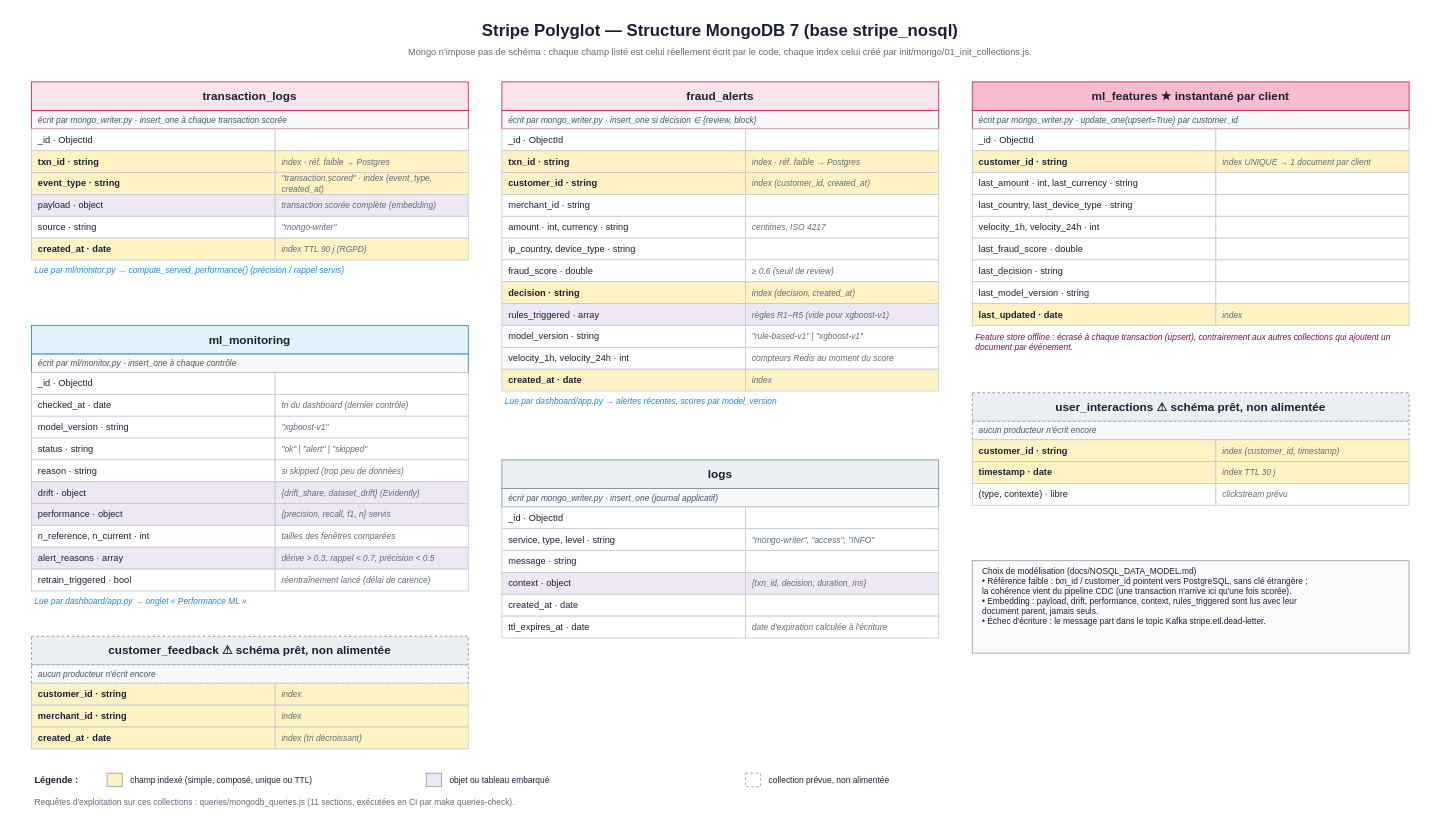
PDUCLOS/BLOC2-STRIPE keeps this draw.io diagram as presentation/stripe_mongodb_structure.drawio. Above is the earlier version. Source tidied: cells renumbered, new cells numbered last; positions are measured from the earlier drawing's top-left corner, leaving out a move shared by most shapes. Both pictures are drawn from the tidied source at 84%, with x=0, y=0 at pixel (14, 14).
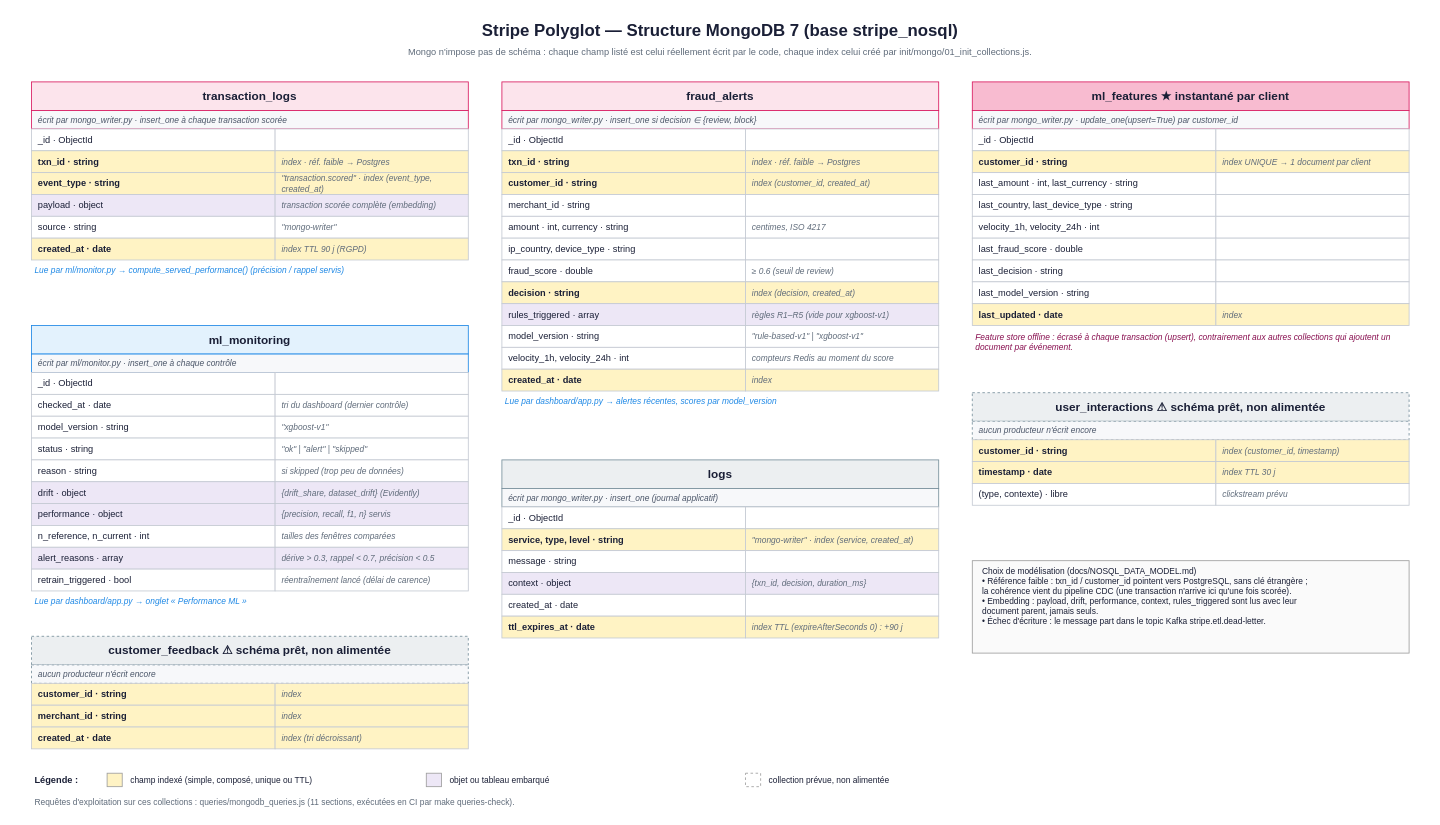
The same diagram, later.

Commit message (it also covers changes not shown here):
Crée la collection MongoDB logs avec son index TTL

What changed in the source:
```diff
@@
-    <mxCell id="81" value="service, type, level · string" style="rounded=0;whiteSpace=wrap;html=1;fillColor=#ffffff;strokeColor=#c5cad3;fontSize=11;fontColor=#1a1f36;align=left;verticalAlign=middle;arcSize=6;fontStyle=0;spacingLeft=6;spacingRight=6;" parent="1" vertex="1">
+    <mxCell id="81" value="service, type, level · string" style="rounded=0;whiteSpace=wrap;html=1;fillColor=#fff3c4;strokeColor=#c5cad3;fontSize=11;fontColor=#1a1f36;align=left;verticalAlign=middle;arcSize=6;fontStyle=1;spacingLeft=6;spacingRight=6;" parent="1" vertex="1">
       <mxGeometry x="580" y="612" width="290" height="26" as="geometry" />
     </mxCell>
-    <mxCell id="82" value="&quot;mongo-writer&quot;, &quot;access&quot;, &quot;INFO&quot;" style="rounded=0;whiteSpace=wrap;html=1;fillColor=#ffffff;strokeColor=#c5cad3;fontSize=10;fontColor=#5f6b7a;align=left;verticalAlign=middle;arcSize=6;fontStyle=2;spacingLeft=6;spacingRight=6;" parent="1" vertex="1">
+    <mxCell id="82" value="&quot;mongo-writer&quot; · index (service, created_at)" style="rounded=0;whiteSpace=wrap;html=1;fillColor=#fff3c4;strokeColor=#c5cad3;fontSize=10;fontColor=#5f6b7a;align=left;verticalAlign=middle;arcSize=6;fontStyle=2;spacingLeft=6;spacingRight=6;" parent="1" vertex="1">
       <mxGeometry x="870" y="612" width="230" height="26" as="geometry" />
     </mxCell>
@@
-    <mxCell id="89" value="ttl_expires_at · date" style="rounded=0;whiteSpace=wrap;html=1;fillColor=#ffffff;strokeColor=#c5cad3;fontSize=11;fontColor=#1a1f36;align=left;verticalAlign=middle;arcSize=6;fontStyle=0;spacingLeft=6;spacingRight=6;" parent="1" vertex="1">
+    <mxCell id="89" value="ttl_expires_at · date" style="rounded=0;whiteSpace=wrap;html=1;fillColor=#fff3c4;strokeColor=#c5cad3;fontSize=11;fontColor=#1a1f36;align=left;verticalAlign=middle;arcSize=6;fontStyle=1;spacingLeft=6;spacingRight=6;" parent="1" vertex="1">
       <mxGeometry x="580" y="716" width="290" height="26" as="geometry" />
     </mxCell>
-    <mxCell id="90" value="date d'expiration calculée à l'écriture" style="rounded=0;whiteSpace=wrap;html=1;fillColor=#ffffff;strokeColor=#c5cad3;fontSize=10;fontColor=#5f6b7a;align=left;verticalAlign=middle;arcSize=6;fontStyle=2;spacingLeft=6;spacingRight=6;" parent="1" vertex="1">
+    <mxCell id="90" value="index TTL (expireAfterSeconds 0) : +90 j" style="rounded=0;whiteSpace=wrap;html=1;fillColor=#fff3c4;strokeColor=#c5cad3;fontSize=10;fontColor=#5f6b7a;align=left;verticalAlign=middle;arcSize=6;fontStyle=2;spacingLeft=6;spacingRight=6;" parent="1" vertex="1">
       <mxGeometry x="870" y="716" width="230" height="26" as="geometry" />
     </mxCell>
```
